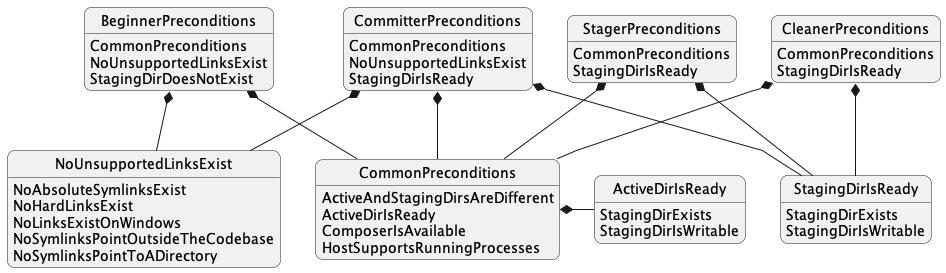
Earlier version of the PlantUML export docs/preconditions/hierarchy.png (php-tuf/composer-stager). Its source is kept beside it as docs/preconditions/hierarchy.puml.
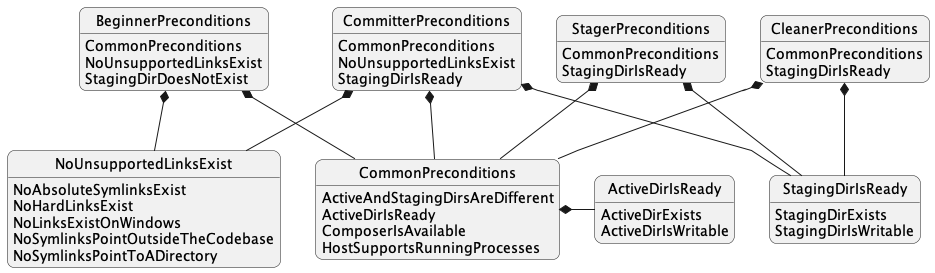
Above is the later version.

Commit message:
Fix a mistake in the precondition system hierarchy diagram. [skip ci]

What changed in the source:
```diff
@@ -48,8 +48,8 @@
 CommonPreconditions *- ActiveDirIsReady
 
 class ActiveDirIsReady {
-    StagingDirExists
-    StagingDirIsWritable
+    ActiveDirExists
+    ActiveDirIsWritable
 }
 
 class StagingDirIsReady {
```
